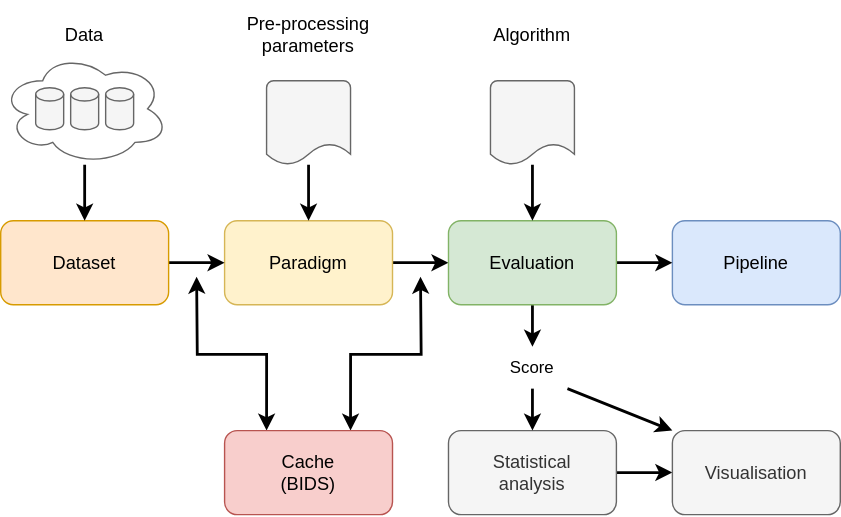
Before: docs/source/images/architecture.svg, a diagram exported from draw.io (NeuroTechX/moabb). Source tidied: cells renumbered, new cells last; positions are measured from the earlier drawing's top-left corner, leaving out a move shared by most shapes.
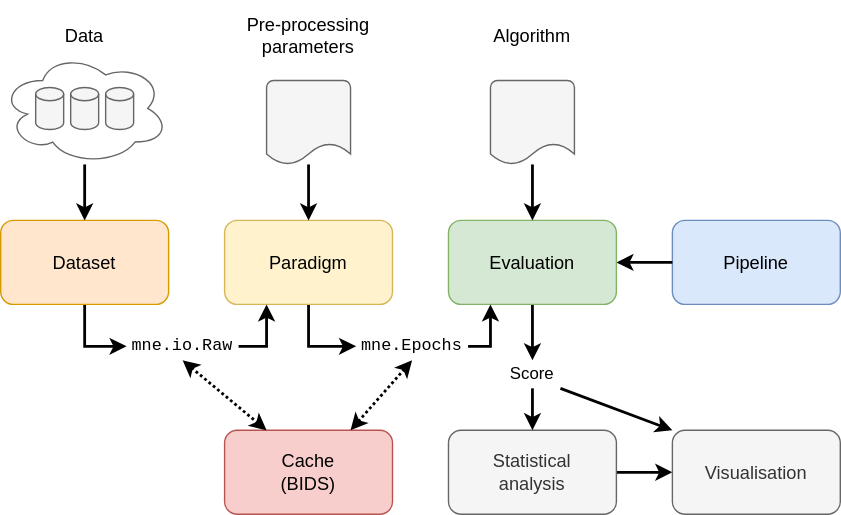
Later version of the same file.

What changed in the source:
```diff
@@ -2,9 +2,13 @@
   <root>
     <mxCell id="0" />
     <mxCell id="1" parent="0" />
-    <mxCell id="2" style="edgeStyle=orthogonalEdgeStyle;rounded=0;jettySize=auto;html=1;exitX=1;exitY=0.5;exitDx=0;exitDy=0;entryX=0;entryY=0.5;entryDx=0;entryDy=0;strokeWidth=2;" parent="1" edge="1" source="3" target="11">
-      <mxGeometry relative="1" as="geometry" />
-    </mxCell>
+    <mxCell id="33" style="rounded=0;jettySize=auto;html=1;exitX=0.5;exitY=1;exitDx=0;exitDy=0;entryX=0;entryY=0.5;entryDx=0;entryDy=0;strokeWidth=2;edgeStyle=orthogonalEdgeStyle;" parent="1" edge="1" source="3" target="40">
+      <mxGeometry relative="1" as="geometry">
+        <Array as="points">
+          <mxPoint x="220" y="248" />
+        </Array>
+      </mxGeometry>
+    </mxCell>
     <mxCell id="3" value="Paradigm" style="rounded=1;whiteSpace=wrap;html=1;fontSize=13;fillColor=#fff2cc;strokeColor=#d6b656;" parent="1" vertex="1">
       <mxGeometry x="160" y="158" width="120" height="60" as="geometry" />
     </mxCell>
@@ -17,13 +21,17 @@
     <mxCell id="6" value="Statistical&lt;br style=&quot;font-size: 13px;&quot;&gt;analysis" style="rounded=1;whiteSpace=wrap;html=1;fontSize=13;fillColor=#f5f5f5;strokeColor=#666666;fontColor=#333333;" parent="1" vertex="1">
       <mxGeometry x="320" y="308" width="120" height="60" as="geometry" />
     </mxCell>
-    <mxCell id="7" style="edgeStyle=orthogonalEdgeStyle;rounded=0;jettySize=auto;html=1;entryX=0;entryY=0.5;entryDx=0;entryDy=0;fillColor=#f8cecc;strokeColor=#000000;strokeWidth=2;sourcePerimeterSpacing=5;targetPerimeterSpacing=0;exitX=1;exitY=0.5;exitDx=0;exitDy=0;jumpStyle=none;" parent="1" edge="1" source="8" target="3">
-      <mxGeometry relative="1" as="geometry" />
-    </mxCell>
+    <mxCell id="34" style="rounded=0;jettySize=auto;html=1;exitX=0.5;exitY=1;exitDx=0;exitDy=0;entryX=0;entryY=0.5;entryDx=0;entryDy=0;strokeWidth=2;edgeStyle=orthogonalEdgeStyle;" parent="1" edge="1" source="8" target="37">
+      <mxGeometry relative="1" as="geometry">
+        <Array as="points">
+          <mxPoint x="60" y="248" />
+        </Array>
+      </mxGeometry>
+    </mxCell>
     <mxCell id="8" value="Dataset" style="rounded=1;whiteSpace=wrap;html=1;fontSize=13;fillColor=#ffe6cc;strokeColor=#d79b00;" parent="1" vertex="1">
       <mxGeometry y="158" width="120" height="60" as="geometry" />
     </mxCell>
-    <mxCell id="9" style="edgeStyle=orthogonalEdgeStyle;rounded=0;jettySize=auto;html=1;exitX=1;exitY=0.5;exitDx=0;exitDy=0;entryX=0;entryY=0.5;entryDx=0;entryDy=0;strokeWidth=2;" parent="1" edge="1" source="11" target="4">
+    <mxCell id="9" style="edgeStyle=orthogonalEdgeStyle;rounded=0;jettySize=auto;html=1;exitX=1;exitY=0.5;exitDx=0;exitDy=0;entryX=0;entryY=0.5;entryDx=0;entryDy=0;strokeWidth=2;endArrow=none;endFill=0;startArrow=classic;startFill=1;" parent="1" edge="1" source="11" target="4">
       <mxGeometry relative="1" as="geometry" />
     </mxCell>
     <mxCell id="10" style="edgeStyle=orthogonalEdgeStyle;rounded=0;jettySize=auto;html=1;exitX=0.5;exitY=1;exitDx=0;exitDy=0;entryX=0.5;entryY=0;entryDx=0;entryDy=0;strokeWidth=2;" parent="1" edge="1" source="11" target="30">
@@ -53,16 +61,6 @@
     <mxCell id="18" value="&lt;font style=&quot;font-size: 13px;&quot;&gt;Algorithm&lt;/font&gt;" style="text;html=1;strokeColor=none;fillColor=none;align=center;verticalAlign=middle;whiteSpace=wrap;rounded=0;fontSize=13;" parent="1" vertex="1">
       <mxGeometry x="340" y="13" width="80" height="25" as="geometry" />
     </mxCell>
-    <mxCell id="19" style="edgeStyle=orthogonalEdgeStyle;rounded=0;jettySize=auto;html=1;exitX=0.25;exitY=0;exitDx=0;exitDy=0;strokeWidth=2;startArrow=classic;startFill=1;" parent="1" edge="1" source="21">
-      <mxGeometry relative="1" as="geometry">
-        <mxPoint x="140" y="198" as="targetPoint" />
-      </mxGeometry>
-    </mxCell>
-    <mxCell id="20" style="edgeStyle=orthogonalEdgeStyle;rounded=0;jettySize=auto;html=1;exitX=0.75;exitY=0;exitDx=0;exitDy=0;strokeWidth=2;startArrow=classic;startFill=1;" parent="1" edge="1" source="21">
-      <mxGeometry relative="1" as="geometry">
-        <mxPoint x="300" y="198" as="targetPoint" />
-      </mxGeometry>
-    </mxCell>
     <mxCell id="21" value="Cache&lt;br style=&quot;font-size: 13px;&quot;&gt;(BIDS)" style="rounded=1;whiteSpace=wrap;html=1;fontSize=13;fillColor=#f8cecc;strokeColor=#b85450;" parent="1" vertex="1">
       <mxGeometry x="160" y="308" width="120" height="60" as="geometry" />
     </mxCell>
@@ -91,7 +89,7 @@
       <mxGeometry relative="1" as="geometry" />
     </mxCell>
     <mxCell id="30" value="Score" style="text;html=1;strokeColor=none;fillColor=none;align=center;verticalAlign=middle;whiteSpace=wrap;rounded=0;" parent="1" vertex="1">
-      <mxGeometry x="355" y="248" width="50" height="30" as="geometry" />
+      <mxGeometry x="360" y="258" width="40" height="20" as="geometry" />
     </mxCell>
     <mxCell id="31" style="edgeStyle=orthogonalEdgeStyle;rounded=0;jettySize=auto;html=1;entryX=0.5;entryY=0;entryDx=0;entryDy=0;strokeWidth=2;" parent="1" edge="1" source="16" target="11">
       <mxGeometry relative="1" as="geometry" />
@@ -99,5 +97,23 @@
     <mxCell id="32" style="edgeStyle=orthogonalEdgeStyle;rounded=0;jettySize=auto;html=1;entryX=0.5;entryY=0;entryDx=0;entryDy=0;strokeWidth=2;" parent="1" edge="1" source="15" target="3">
       <mxGeometry relative="1" as="geometry" />
     </mxCell>
+    <mxCell id="35" style="rounded=0;jettySize=auto;html=1;exitX=1;exitY=0.5;exitDx=0;exitDy=0;entryX=0.25;entryY=1;entryDx=0;entryDy=0;strokeWidth=2;edgeStyle=orthogonalEdgeStyle;" parent="1" edge="1" source="37" target="3">
+      <mxGeometry relative="1" as="geometry" />
+    </mxCell>
+    <mxCell id="36" style="rounded=0;jettySize=auto;html=1;exitX=0.5;exitY=1;exitDx=0;exitDy=0;entryX=0.25;entryY=0;entryDx=0;entryDy=0;strokeWidth=2;startArrow=classic;startFill=1;dashed=1;dashPattern=1 1;" parent="1" edge="1" source="37" target="21">
+      <mxGeometry relative="1" as="geometry" />
+    </mxCell>
+    <mxCell id="37" value="&lt;pre&gt;mne.io.Raw&lt;/pre&gt;" style="text;html=1;strokeColor=none;fillColor=none;align=center;verticalAlign=middle;whiteSpace=wrap;rounded=0;" parent="1" vertex="1">
+      <mxGeometry x="90" y="238" width="80" height="20" as="geometry" />
+    </mxCell>
+    <mxCell id="38" style="rounded=0;jettySize=auto;html=1;exitX=0.5;exitY=1;exitDx=0;exitDy=0;entryX=0.75;entryY=0;entryDx=0;entryDy=0;strokeWidth=2;startArrow=classic;startFill=1;dashed=1;dashPattern=1 1;" parent="1" edge="1" source="40" target="21">
+      <mxGeometry relative="1" as="geometry" />
+    </mxCell>
+    <mxCell id="39" style="rounded=0;jettySize=auto;html=1;exitX=1;exitY=0.5;exitDx=0;exitDy=0;entryX=0.25;entryY=1;entryDx=0;entryDy=0;strokeWidth=2;edgeStyle=orthogonalEdgeStyle;" parent="1" edge="1" source="40" target="11">
+      <mxGeometry relative="1" as="geometry" />
+    </mxCell>
+    <mxCell id="40" value="&lt;pre&gt;mne.Epochs&lt;/pre&gt;" style="text;html=1;strokeColor=none;fillColor=none;align=center;verticalAlign=middle;whiteSpace=wrap;rounded=0;" parent="1" vertex="1">
+      <mxGeometry x="254" y="238" width="80" height="20" as="geometry" />
+    </mxCell>
   </root>
 </mxGraphModel>
```
